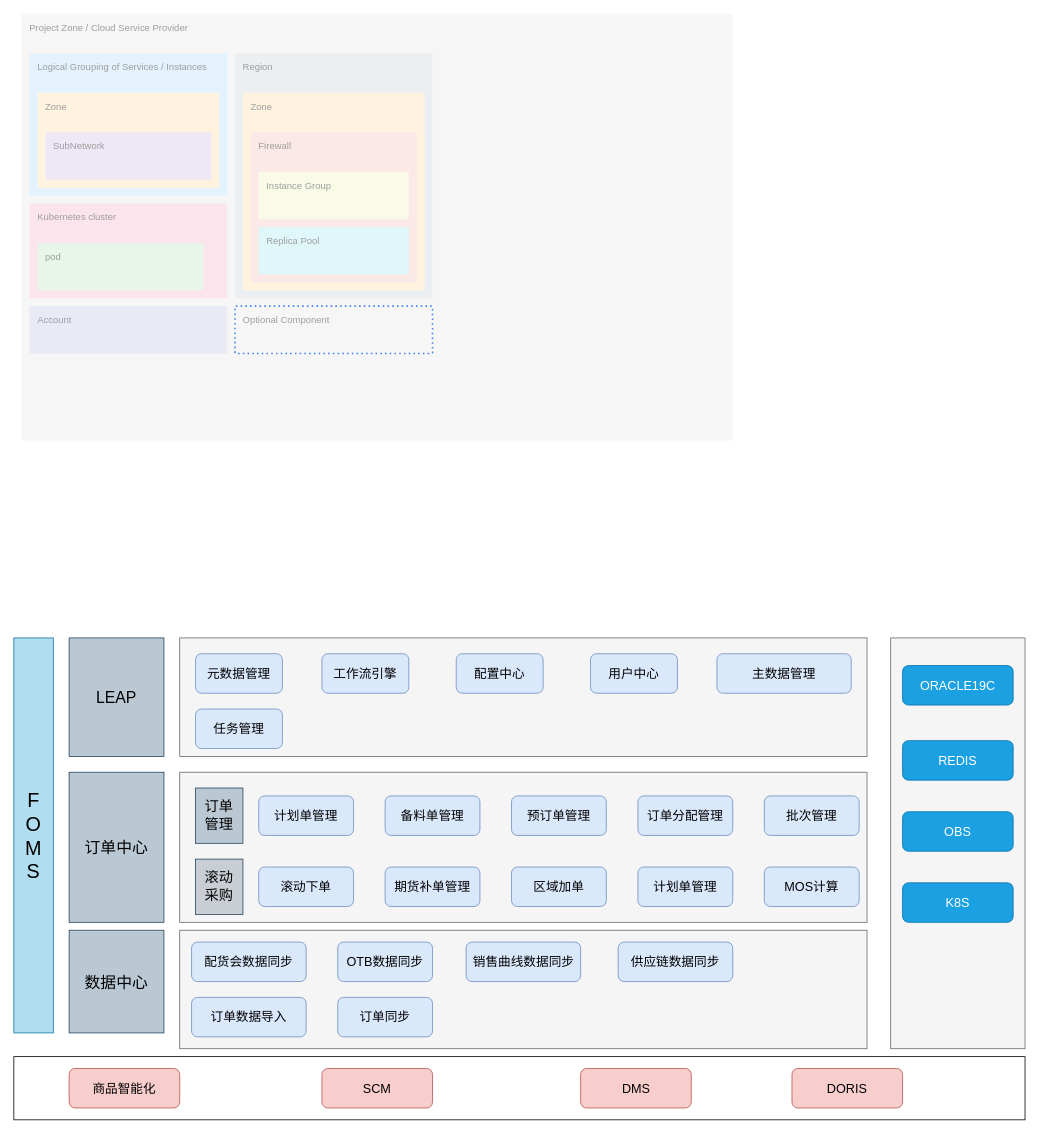
tianyaxiangdong/drawio keeps this draw.io diagram as FOMS模块说明.drawio. Above is the earlier version. Source tidied: cells renumbered, new cells numbered last; positions are measured from the earlier drawing's top-left corner, leaving out a move shared by most shapes. Both pictures are drawn from the tidied source at 79%, with x=0, y=0 at pixel (13, 13).
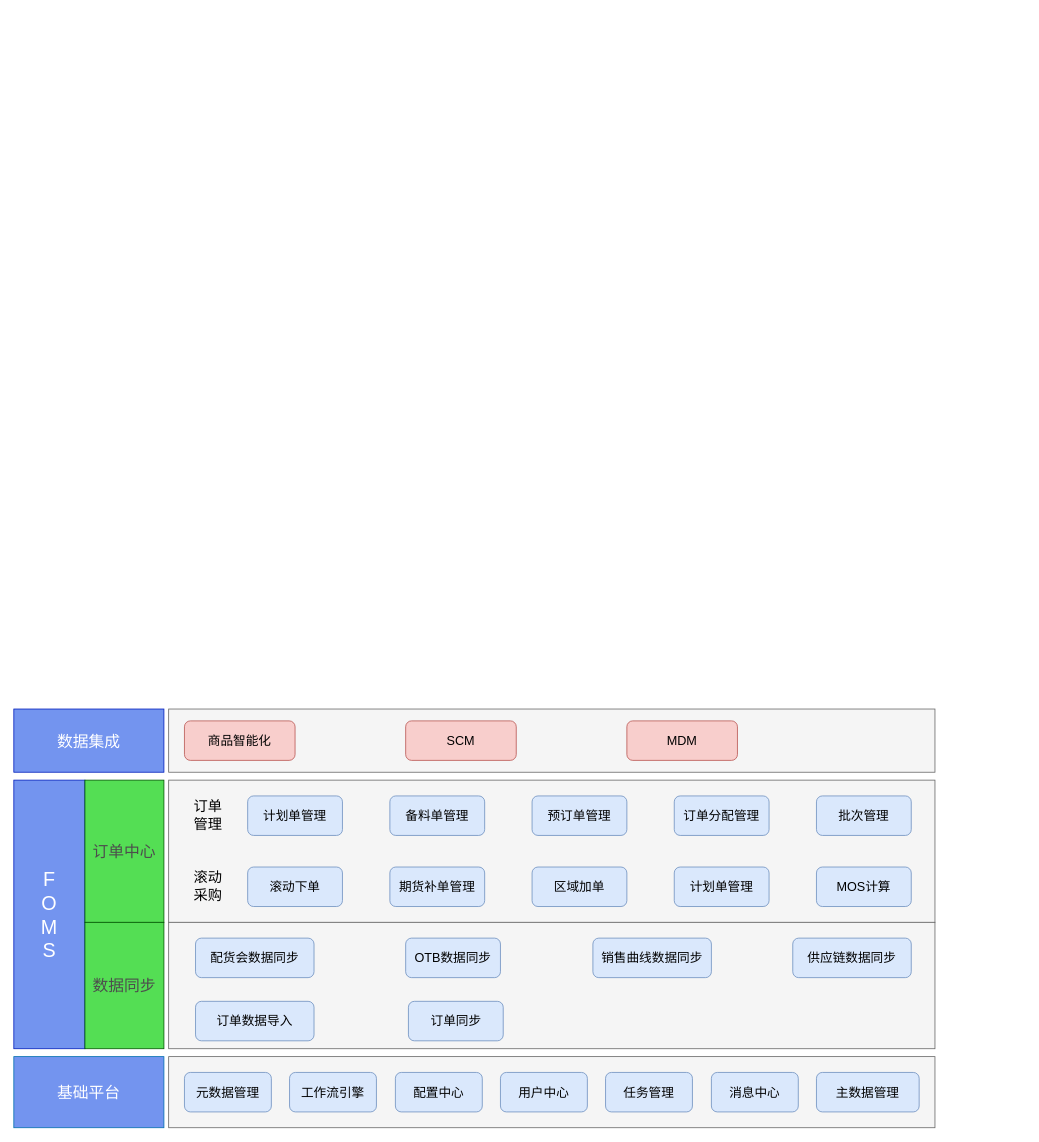
After the change.

Commit message (it also covers changes not shown here):
更新FOMS模块说明.drawio

What changed in the source:
```diff
@@
     <mxCell id="2" style="rounded=0;whiteSpace=wrap;html=1;fontSize=20;fillColor=#f5f5f5;fontColor=#333333;strokeColor=#666666;" parent="1" vertex="1">
-      <mxGeometry x="210" y="790" width="870" height="150" as="geometry" />
+      <mxGeometry x="196" y="1320" width="970" height="90" as="geometry" />
     </mxCell>
-    <mxCell id="3" value="Project Zone / Cloud Service Provider" style="sketch=0;rounded=1;absoluteArcSize=1;arcSize=2;html=1;strokeColor=none;gradientColor=none;shadow=0;dashed=0;fontSize=12;fontColor=#9E9E9E;align=left;verticalAlign=top;spacing=10;spacingTop=-4;fillColor=#F6F6F6;" parent="1" vertex="1">
-      <mxGeometry x="10" width="900" height="540" as="geometry" />
-    </mxCell>
-    <mxCell id="4" value="Logical Grouping of Services / Instances" style="sketch=0;rounded=1;absoluteArcSize=1;arcSize=2;html=1;strokeColor=none;gradientColor=none;shadow=0;dashed=0;fontSize=12;fontColor=#9E9E9E;align=left;verticalAlign=top;spacing=10;spacingTop=-4;fillColor=#E3F2FD;" parent="3" vertex="1">
-      <mxGeometry width="250" height="180" relative="1" as="geometry">
-        <mxPoint x="10" y="50" as="offset" />
-      </mxGeometry>
-    </mxCell>
-    <mxCell id="5" value="Zone" style="sketch=0;rounded=1;absoluteArcSize=1;arcSize=2;html=1;strokeColor=none;gradientColor=none;shadow=0;dashed=0;fontSize=12;fontColor=#9E9E9E;align=left;verticalAlign=top;spacing=10;spacingTop=-4;fillColor=#FFF3E0;" parent="4" vertex="1">
-      <mxGeometry width="230" height="120" relative="1" as="geometry">
-        <mxPoint x="10" y="50" as="offset" />
-      </mxGeometry>
-    </mxCell>
-    <mxCell id="6" value="SubNetwork" style="sketch=0;rounded=1;absoluteArcSize=1;arcSize=2;html=1;strokeColor=none;gradientColor=none;shadow=0;dashed=0;fontSize=12;fontColor=#9E9E9E;align=left;verticalAlign=top;spacing=10;spacingTop=-4;fillColor=#EDE7F6;" parent="5" vertex="1">
-      <mxGeometry width="210" height="60" relative="1" as="geometry">
-        <mxPoint x="10" y="50" as="offset" />
-      </mxGeometry>
-    </mxCell>
-    <mxCell id="7" value="Kubernetes cluster" style="sketch=0;rounded=1;absoluteArcSize=1;arcSize=2;html=1;strokeColor=none;gradientColor=none;shadow=0;dashed=0;fontSize=12;fontColor=#9E9E9E;align=left;verticalAlign=top;spacing=10;spacingTop=-4;fillColor=#FCE4EC;" parent="3" vertex="1">
-      <mxGeometry width="250" height="120" relative="1" as="geometry">
-        <mxPoint x="10" y="240" as="offset" />
-      </mxGeometry>
-    </mxCell>
-    <mxCell id="8" value="pod" style="sketch=0;rounded=1;absoluteArcSize=1;arcSize=2;html=1;strokeColor=none;gradientColor=none;shadow=0;dashed=0;fontSize=12;fontColor=#9E9E9E;align=left;verticalAlign=top;spacing=10;spacingTop=-4;fillColor=#E8F5E9;" parent="7" vertex="1">
-      <mxGeometry width="210" height="60" relative="1" as="geometry">
-        <mxPoint x="10" y="50" as="offset" />
-      </mxGeometry>
-    </mxCell>
-    <mxCell id="9" value="Account" style="sketch=0;rounded=1;absoluteArcSize=1;arcSize=2;html=1;strokeColor=none;gradientColor=none;shadow=0;dashed=0;fontSize=12;fontColor=#9E9E9E;align=left;verticalAlign=top;spacing=10;spacingTop=-4;fillColor=#E8EAF6;" parent="3" vertex="1">
-      <mxGeometry width="250" height="60" relative="1" as="geometry">
-        <mxPoint x="10" y="370" as="offset" />
-      </mxGeometry>
-    </mxCell>
-    <mxCell id="10" value="Region" style="sketch=0;rounded=1;absoluteArcSize=1;arcSize=2;html=1;strokeColor=none;gradientColor=none;shadow=0;dashed=0;fontSize=12;fontColor=#9E9E9E;align=left;verticalAlign=top;spacing=10;spacingTop=-4;fillColor=#ECEFF1;" parent="3" vertex="1">
-      <mxGeometry width="250" height="310" relative="1" as="geometry">
-        <mxPoint x="270" y="50" as="offset" />
-      </mxGeometry>
-    </mxCell>
-    <mxCell id="11" value="Zone" style="sketch=0;rounded=1;absoluteArcSize=1;arcSize=2;html=1;strokeColor=none;gradientColor=none;shadow=0;dashed=0;fontSize=12;fontColor=#9E9E9E;align=left;verticalAlign=top;spacing=10;spacingTop=-4;fillColor=#FFF3E0;" parent="10" vertex="1">
-      <mxGeometry width="230" height="250" relative="1" as="geometry">
-        <mxPoint x="10" y="50" as="offset" />
-      </mxGeometry>
-    </mxCell>
-    <mxCell id="12" value="Firewall" style="sketch=0;rounded=1;absoluteArcSize=1;arcSize=2;html=1;strokeColor=none;gradientColor=none;shadow=0;dashed=0;fontSize=12;fontColor=#9E9E9E;align=left;verticalAlign=top;spacing=10;spacingTop=-4;fillColor=#FBE9E7;" parent="11" vertex="1">
-      <mxGeometry width="210" height="190" relative="1" as="geometry">
-        <mxPoint x="10" y="50" as="offset" />
-      </mxGeometry>
-    </mxCell>
-    <mxCell id="13" value="Instance Group" style="sketch=0;rounded=1;absoluteArcSize=1;arcSize=2;html=1;strokeColor=none;gradientColor=none;shadow=0;dashed=0;fontSize=12;fontColor=#9E9E9E;align=left;verticalAlign=top;spacing=10;spacingTop=-4;fillColor=#F9FBE7;" parent="12" vertex="1">
-      <mxGeometry width="190" height="60" relative="1" as="geometry">
-        <mxPoint x="10" y="50" as="offset" />
-      </mxGeometry>
-    </mxCell>
-    <mxCell id="14" value="Replica Pool" style="sketch=0;rounded=1;absoluteArcSize=1;arcSize=2;html=1;strokeColor=none;gradientColor=none;shadow=0;dashed=0;fontSize=12;fontColor=#9E9E9E;align=left;verticalAlign=top;spacing=10;spacingTop=-4;fillColor=#E0F7FA;" parent="12" vertex="1">
-      <mxGeometry width="190" height="60" relative="1" as="geometry">
-        <mxPoint x="10" y="120" as="offset" />
-      </mxGeometry>
-    </mxCell>
-    <mxCell id="15" value="Optional Component" style="rounded=1;absoluteArcSize=1;arcSize=2;html=1;strokeColor=none;gradientColor=none;shadow=0;dashed=1;strokeColor=#4284F3;fontSize=12;fontColor=#9E9E9E;align=left;verticalAlign=top;spacing=10;spacingTop=-4;fillColor=none;dashPattern=1 2;strokeWidth=2;" parent="3" vertex="1">
-      <mxGeometry width="250" height="60" relative="1" as="geometry">
-        <mxPoint x="270" y="370" as="offset" />
-      </mxGeometry>
-    </mxCell>
-    <mxCell id="16" value="F&lt;br style=&quot;font-size: 25px;&quot;&gt;O&lt;br style=&quot;font-size: 25px;&quot;&gt;M&lt;br style=&quot;font-size: 25px;&quot;&gt;S" style="rounded=0;whiteSpace=wrap;html=1;fillColor=#b1ddf0;strokeColor=#10739e;fontSize=25;" parent="1" vertex="1">
-      <mxGeometry y="790" width="50" height="500" as="geometry" />
+    <mxCell id="16" value="F&lt;br style=&quot;font-size: 25px;&quot;&gt;O&lt;br style=&quot;font-size: 25px;&quot;&gt;M&lt;br style=&quot;font-size: 25px;&quot;&gt;S" style="rounded=0;whiteSpace=wrap;html=1;fillColor=#7394EF;strokeColor=#001DBC;fontSize=25;fontColor=#ffffff;" parent="1" vertex="1">
+      <mxGeometry y="970" width="90" height="340" as="geometry" />
     </mxCell>
-    <mxCell id="17" value="LEAP" style="rounded=0;whiteSpace=wrap;html=1;fontSize=20;fillColor=#bac8d3;strokeColor=#23445d;" parent="1" vertex="1">
-      <mxGeometry x="70" y="790" width="120" height="150" as="geometry" />
+    <mxCell id="17" value="基础平台" style="rounded=0;whiteSpace=wrap;html=1;fontSize=20;fillColor=#7394EF;strokeColor=#006EAF;fontColor=#ffffff;" parent="1" vertex="1">
+      <mxGeometry y="1320" width="190" height="90" as="geometry" />
     </mxCell>
-    <mxCell id="18" style="rounded=0;whiteSpace=wrap;html=1;fontSize=20;fillColor=#f5f5f5;fontColor=#333333;strokeColor=#666666;" parent="1" vertex="1">
-      <mxGeometry x="1110" y="790" width="170" height="520" as="geometry" />
-    </mxCell>
-    <mxCell id="19" value="ORACLE19C" style="rounded=1;whiteSpace=wrap;html=1;fontSize=16;fillColor=#1ba1e2;strokeColor=#006EAF;fontColor=#ffffff;" parent="1" vertex="1">
-      <mxGeometry x="1125" y="825" width="140" height="50" as="geometry" />
-    </mxCell>
-    <mxCell id="20" value="OBS" style="rounded=1;whiteSpace=wrap;html=1;fontSize=16;fillColor=#1ba1e2;strokeColor=#006EAF;fontColor=#ffffff;" parent="1" vertex="1">
-      <mxGeometry x="1125" y="1010" width="140" height="50" as="geometry" />
-    </mxCell>
-    <mxCell id="21" value="REDIS" style="rounded=1;whiteSpace=wrap;html=1;fontSize=16;fillColor=#1ba1e2;strokeColor=#006EAF;fontColor=#ffffff;" parent="1" vertex="1">
-      <mxGeometry x="1125" y="920" width="140" height="50" as="geometry" />
-    </mxCell>
-    <mxCell id="22" style="rounded=0;whiteSpace=wrap;html=1;fontSize=20;" parent="1" vertex="1">
-      <mxGeometry y="1320" width="1280" height="80" as="geometry" />
+    <mxCell id="22" style="rounded=0;whiteSpace=wrap;html=1;fontSize=20;fillColor=#f5f5f5;fontColor=#333333;strokeColor=#666666;" parent="1" vertex="1">
+      <mxGeometry x="196" y="880" width="970" height="80" as="geometry" />
     </mxCell>
     <mxCell id="23" value="商品智能化" style="rounded=1;whiteSpace=wrap;html=1;fontSize=16;fillColor=#f8cecc;strokeColor=#b85450;" parent="1" vertex="1">
-      <mxGeometry x="70" y="1335" width="140" height="50" as="geometry" />
+      <mxGeometry x="216" y="895" width="140" height="50" as="geometry" />
     </mxCell>
     <mxCell id="24" value="SCM" style="rounded=1;whiteSpace=wrap;html=1;fontSize=16;fillColor=#f8cecc;strokeColor=#b85450;" parent="1" vertex="1">
-      <mxGeometry x="390" y="1335" width="140" height="50" as="geometry" />
+      <mxGeometry x="496" y="895" width="140" height="50" as="geometry" />
     </mxCell>
-    <mxCell id="25" value="K8S" style="rounded=1;whiteSpace=wrap;html=1;fontSize=16;fillColor=#1ba1e2;strokeColor=#006EAF;fontColor=#ffffff;" parent="1" vertex="1">
-      <mxGeometry x="1125" y="1100" width="140" height="50" as="geometry" />
-    </mxCell>
-    <mxCell id="26" value="DMS" style="rounded=1;whiteSpace=wrap;html=1;fontSize=16;fillColor=#f8cecc;strokeColor=#b85450;" parent="1" vertex="1">
-      <mxGeometry x="717.5" y="1335" width="140" height="50" as="geometry" />
+    <mxCell id="26" value="MDM" style="rounded=1;whiteSpace=wrap;html=1;fontSize=16;fillColor=#f8cecc;strokeColor=#b85450;" parent="1" vertex="1">
+      <mxGeometry x="776" y="895" width="140" height="50" as="geometry" />
     </mxCell>
-    <mxCell id="27" value="元数据管理" style="rounded=1;whiteSpace=wrap;html=1;fontSize=16;fillColor=#dae8fc;strokeColor=#6c8ebf;" parent="1" vertex="1">
-      <mxGeometry x="230" y="810" width="110" height="50" as="geometry" />
+    <mxCell id="27" value="元数据管理" style="rounded=1;whiteSpace=wrap;html=1;fontSize=16;fillColor=#dae8fc;strokeColor=#6c8ebf;flipH=1;" parent="1" vertex="1">
+      <mxGeometry x="216" y="1340" width="110" height="50" as="geometry" />
     </mxCell>
-    <mxCell id="28" value="工作流引擎" style="rounded=1;whiteSpace=wrap;html=1;fontSize=16;fillColor=#dae8fc;strokeColor=#6c8ebf;" parent="1" vertex="1">
-      <mxGeometry x="390" y="810" width="110" height="50" as="geometry" />
+    <mxCell id="28" value="工作流引擎" style="rounded=1;whiteSpace=wrap;html=1;fontSize=16;fillColor=#dae8fc;strokeColor=#6c8ebf;flipH=1;" parent="1" vertex="1">
+      <mxGeometry x="349" y="1340" width="110" height="50" as="geometry" />
     </mxCell>
-    <mxCell id="29" value="配置中心" style="rounded=1;whiteSpace=wrap;html=1;fontSize=16;fillColor=#dae8fc;strokeColor=#6c8ebf;" parent="1" vertex="1">
-      <mxGeometry x="560" y="810" width="110" height="50" as="geometry" />
+    <mxCell id="29" value="配置中心" style="rounded=1;whiteSpace=wrap;html=1;fontSize=16;fillColor=#dae8fc;strokeColor=#6c8ebf;flipH=1;" parent="1" vertex="1">
+      <mxGeometry x="483" y="1340" width="110" height="50" as="geometry" />
     </mxCell>
-    <mxCell id="30" value="用户中心" style="rounded=1;whiteSpace=wrap;html=1;fontSize=16;fillColor=#dae8fc;strokeColor=#6c8ebf;" parent="1" vertex="1">
-      <mxGeometry x="730" y="810" width="110" height="50" as="geometry" />
+    <mxCell id="30" value="用户中心" style="rounded=1;whiteSpace=wrap;html=1;fontSize=16;fillColor=#dae8fc;strokeColor=#6c8ebf;flipH=1;" parent="1" vertex="1">
+      <mxGeometry x="616" y="1340" width="110" height="50" as="geometry" />
     </mxCell>
-    <mxCell id="31" value="主数据管理" style="rounded=1;whiteSpace=wrap;html=1;fontSize=16;fillColor=#dae8fc;strokeColor=#6c8ebf;" parent="1" vertex="1">
-      <mxGeometry x="890" y="810" width="170" height="50" as="geometry" />
+    <mxCell id="31" value="主数据管理" style="rounded=1;whiteSpace=wrap;html=1;fontSize=16;fillColor=#dae8fc;strokeColor=#6c8ebf;flipH=1;" parent="1" vertex="1">
+      <mxGeometry x="1016" y="1340" width="130" height="50" as="geometry" />
     </mxCell>
-    <mxCell id="32" value="任务管理" style="rounded=1;whiteSpace=wrap;html=1;fontSize=16;fillColor=#dae8fc;strokeColor=#6c8ebf;" parent="1" vertex="1">
-      <mxGeometry x="230" y="880" width="110" height="50" as="geometry" />
+    <mxCell id="32" value="任务管理" style="rounded=1;whiteSpace=wrap;html=1;fontSize=16;fillColor=#dae8fc;strokeColor=#6c8ebf;flipH=1;" parent="1" vertex="1">
+      <mxGeometry x="749" y="1340" width="110" height="50" as="geometry" />
     </mxCell>
-    <mxCell id="33" value="订单中心" style="rounded=0;whiteSpace=wrap;html=1;fontSize=20;fillColor=#bac8d3;strokeColor=#23445d;" parent="1" vertex="1">
-      <mxGeometry x="70" y="960" width="120" height="190" as="geometry" />
+    <mxCell id="33" value="订单中心" style="rounded=0;whiteSpace=wrap;html=1;fontSize=20;fillColor=#54DE54;strokeColor=#005700;fontColor=#4D4D4D;" parent="1" vertex="1">
+      <mxGeometry x="90" y="970" width="100" height="180" as="geometry" />
     </mxCell>
-    <mxCell id="34" value="数据中心" style="rounded=0;whiteSpace=wrap;html=1;fontSize=20;fillColor=#bac8d3;strokeColor=#23445d;" parent="1" vertex="1">
-      <mxGeometry x="70" y="1160" width="120" height="130" as="geometry" />
+    <mxCell id="34" value="数据同步" style="rounded=0;whiteSpace=wrap;html=1;fontSize=20;fillColor=#54DE54;strokeColor=#005700;fontColor=#4D4D4D;" parent="1" vertex="1">
+      <mxGeometry x="90" y="1150" width="100" height="160" as="geometry" />
     </mxCell>
     <mxCell id="35" style="rounded=0;whiteSpace=wrap;html=1;fontSize=20;fillColor=#f5f5f5;fontColor=#333333;strokeColor=#666666;" parent="1" vertex="1">
-      <mxGeometry x="210" y="960" width="870" height="190" as="geometry" />
+      <mxGeometry x="196" y="970" width="970" height="180" as="geometry" />
     </mxCell>
     <mxCell id="36" style="rounded=0;whiteSpace=wrap;html=1;fontSize=20;fillColor=#f5f5f5;fontColor=#333333;strokeColor=#666666;" parent="1" vertex="1">
-      <mxGeometry x="210" y="1160" width="870" height="150" as="geometry" />
+      <mxGeometry x="196" y="1150" width="970" height="160" as="geometry" />
     </mxCell>
-    <mxCell id="37" value="滚动&lt;br style=&quot;font-size: 18px;&quot;&gt;采购" style="rounded=0;whiteSpace=wrap;html=1;fontSize=18;fillColor=#C8CED3;strokeColor=#23445d;" parent="1" vertex="1">
-      <mxGeometry x="230" y="1070" width="60" height="70" as="geometry" />
+    <mxCell id="37" value="滚动&lt;br style=&quot;font-size: 18px;&quot;&gt;采购" style="rounded=0;whiteSpace=wrap;html=1;fontSize=18;fillColor=none;strokeColor=none;" parent="1" vertex="1">
+      <mxGeometry x="216" y="1070" width="60" height="70" as="geometry" />
     </mxCell>
-    <mxCell id="38" value="订单&lt;br style=&quot;font-size: 18px;&quot;&gt;管理" style="rounded=0;whiteSpace=wrap;html=1;fontSize=18;fillColor=#bac8d3;strokeColor=#23445d;" parent="1" vertex="1">
-      <mxGeometry x="230" y="980" width="60" height="70" as="geometry" />
+    <mxCell id="38" value="订单&lt;br style=&quot;font-size: 18px;&quot;&gt;管理" style="rounded=0;whiteSpace=wrap;html=1;fontSize=18;fillColor=none;strokeColor=none;" parent="1" vertex="1">
+      <mxGeometry x="216" y="980" width="60" height="70" as="geometry" />
     </mxCell>
     <mxCell id="39" value="MOS计算" style="rounded=1;whiteSpace=wrap;html=1;fontSize=16;fillColor=#dae8fc;strokeColor=#6c8ebf;" parent="1" vertex="1">
-      <mxGeometry x="950" y="1080" width="120" height="50" as="geometry" />
+      <mxGeometry x="1016" y="1080" width="120" height="50" as="geometry" />
     </mxCell>
     <mxCell id="40" value="期货补单管理" style="rounded=1;whiteSpace=wrap;html=1;fontSize=16;fillColor=#dae8fc;strokeColor=#6c8ebf;" parent="1" vertex="1">
-      <mxGeometry x="470" y="1080" width="120" height="50" as="geometry" />
+      <mxGeometry x="476" y="1080" width="120" height="50" as="geometry" />
     </mxCell>
     <mxCell id="41" value="区域加单" style="rounded=1;whiteSpace=wrap;html=1;fontSize=16;fillColor=#dae8fc;strokeColor=#6c8ebf;" parent="1" vertex="1">
-      <mxGeometry x="630" y="1080" width="120" height="50" as="geometry" />
+      <mxGeometry x="656" y="1080" width="120" height="50" as="geometry" />
     </mxCell>
     <mxCell id="42" value="计划单管理" style="rounded=1;whiteSpace=wrap;html=1;fontSize=16;fillColor=#dae8fc;strokeColor=#6c8ebf;" parent="1" vertex="1">
-      <mxGeometry x="790" y="1080" width="120" height="50" as="geometry" />
+      <mxGeometry x="836" y="1080" width="120" height="50" as="geometry" />
     </mxCell>
     <mxCell id="43" value="滚动下单" style="rounded=1;whiteSpace=wrap;html=1;fontSize=16;fillColor=#dae8fc;strokeColor=#6c8ebf;" parent="1" vertex="1">
-      <mxGeometry x="310" y="1080" width="120" height="50" as="geometry" />
+      <mxGeometry x="296" y="1080" width="120" height="50" as="geometry" />
     </mxCell>
     <mxCell id="44" value="配货会数据同步" style="rounded=1;whiteSpace=wrap;html=1;fontSize=16;fillColor=#dae8fc;strokeColor=#6c8ebf;" parent="1" vertex="1">
-      <mxGeometry x="225" y="1175" width="145" height="50" as="geometry" />
+      <mxGeometry x="230" y="1170" width="150" height="50" as="geometry" />
     </mxCell>
     <mxCell id="45" value="OTB数据同步" style="rounded=1;whiteSpace=wrap;html=1;fontSize=16;fillColor=#dae8fc;strokeColor=#6c8ebf;" parent="1" vertex="1">
-      <mxGeometry x="410" y="1175" width="120" height="50" as="geometry" />
+      <mxGeometry x="496" y="1170" width="120" height="50" as="geometry" />
     </mxCell>
     <mxCell id="46" value="销售曲线数据同步" style="rounded=1;whiteSpace=wrap;html=1;fontSize=16;fillColor=#dae8fc;strokeColor=#6c8ebf;" parent="1" vertex="1">
-      <mxGeometry x="572.5" y="1175" width="145" height="50" as="geometry" />
+      <mxGeometry x="733" y="1170" width="150" height="50" as="geometry" />
     </mxCell>
     <mxCell id="47" value="供应链数据同步" style="rounded=1;whiteSpace=wrap;html=1;fontSize=16;fillColor=#dae8fc;strokeColor=#6c8ebf;" parent="1" vertex="1">
-      <mxGeometry x="765" y="1175" width="145" height="50" as="geometry" />
+      <mxGeometry x="986" y="1170" width="150" height="50" as="geometry" />
     </mxCell>
     <mxCell id="48" value="订单数据导入" style="rounded=1;whiteSpace=wrap;html=1;fontSize=16;fillColor=#dae8fc;strokeColor=#6c8ebf;" parent="1" vertex="1">
-      <mxGeometry x="225" y="1245" width="145" height="50" as="geometry" />
+      <mxGeometry x="230" y="1250" width="150" height="50" as="geometry" />
     </mxCell>
     <mxCell id="49" value="订单同步" style="rounded=1;whiteSpace=wrap;html=1;fontSize=16;fillColor=#dae8fc;strokeColor=#6c8ebf;" parent="1" vertex="1">
-      <mxGeometry x="410" y="1245" width="120" height="50" as="geometry" />
+      <mxGeometry x="499.5" y="1250" width="120" height="50" as="geometry" />
     </mxCell>
     <mxCell id="50" value="计划单管理" style="rounded=1;whiteSpace=wrap;html=1;fontSize=16;fillColor=#dae8fc;strokeColor=#6c8ebf;" parent="1" vertex="1">
-      <mxGeometry x="310" y="990" width="120" height="50" as="geometry" />
+      <mxGeometry x="296" y="990" width="120" height="50" as="geometry" />
     </mxCell>
     <mxCell id="51" value="备料单管理" style="rounded=1;whiteSpace=wrap;html=1;fontSize=16;fillColor=#dae8fc;strokeColor=#6c8ebf;" parent="1" vertex="1">
-      <mxGeometry x="470" y="990" width="120" height="50" as="geometry" />
+      <mxGeometry x="476" y="990" width="120" height="50" as="geometry" />
     </mxCell>
     <mxCell id="52" value="预订单管理" style="rounded=1;whiteSpace=wrap;html=1;fontSize=16;fillColor=#dae8fc;strokeColor=#6c8ebf;" parent="1" vertex="1">
-      <mxGeometry x="630" y="990" width="120" height="50" as="geometry" />
+      <mxGeometry x="656" y="990" width="120" height="50" as="geometry" />
     </mxCell>
     <mxCell id="53" value="订单分配管理" style="rounded=1;whiteSpace=wrap;html=1;fontSize=16;fillColor=#dae8fc;strokeColor=#6c8ebf;" parent="1" vertex="1">
-      <mxGeometry x="790" y="990" width="120" height="50" as="geometry" />
+      <mxGeometry x="836" y="990" width="120" height="50" as="geometry" />
     </mxCell>
     <mxCell id="54" value="批次管理" style="rounded=1;whiteSpace=wrap;html=1;fontSize=16;fillColor=#dae8fc;strokeColor=#6c8ebf;" parent="1" vertex="1">
-      <mxGeometry x="950" y="990" width="120" height="50" as="geometry" />
+      <mxGeometry x="1016" y="990" width="120" height="50" as="geometry" />
     </mxCell>
-    <mxCell id="55" value="DORIS" style="rounded=1;whiteSpace=wrap;html=1;fontSize=16;fillColor=#f8cecc;strokeColor=#b85450;" parent="1" vertex="1">
-      <mxGeometry x="985" y="1335" width="140" height="50" as="geometry" />
-    </mxCell>
+    <mxCell id="56" value="数据集成" style="rounded=0;whiteSpace=wrap;html=1;fontSize=20;fillColor=#7394EF;strokeColor=#001DBC;fontColor=#ffffff;" parent="1" vertex="1">
+      <mxGeometry y="880" width="190" height="80" as="geometry" />
+    </mxCell>
+    <mxCell id="57" value="消息中心" style="rounded=1;whiteSpace=wrap;html=1;fontSize=16;fillColor=#dae8fc;strokeColor=#6c8ebf;flipH=1;" parent="1" vertex="1">
+      <mxGeometry x="883" y="1340" width="110" height="50" as="geometry" />
+    </mxCell>
```
